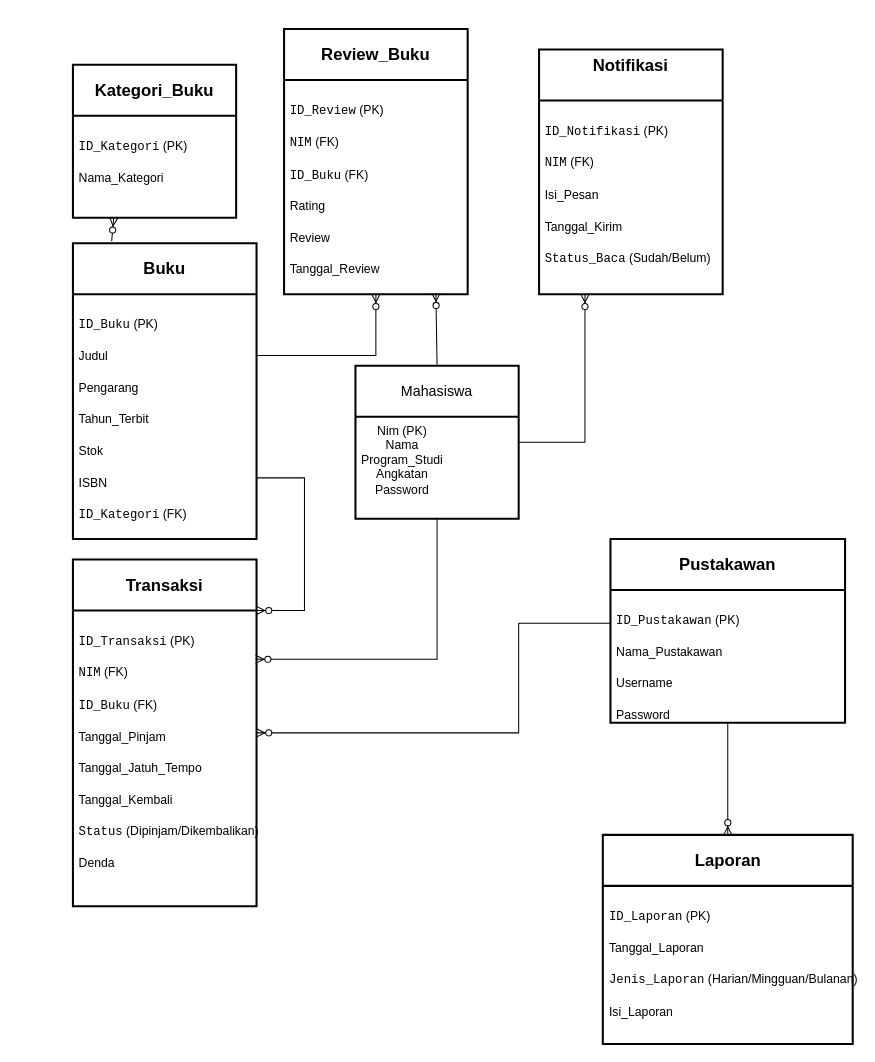
Above: Untitled Diagram.drawio in YayangSahidan/yayangsahidan (draw.io), before the change. Source tidied: cells renumbered, new cells numbered last; positions are measured from the earlier drawing's top-left corner, leaving out a move shared by most shapes. Both pictures are drawn from the tidied source at 102%, with x=0, y=0 at pixel (72, 29).
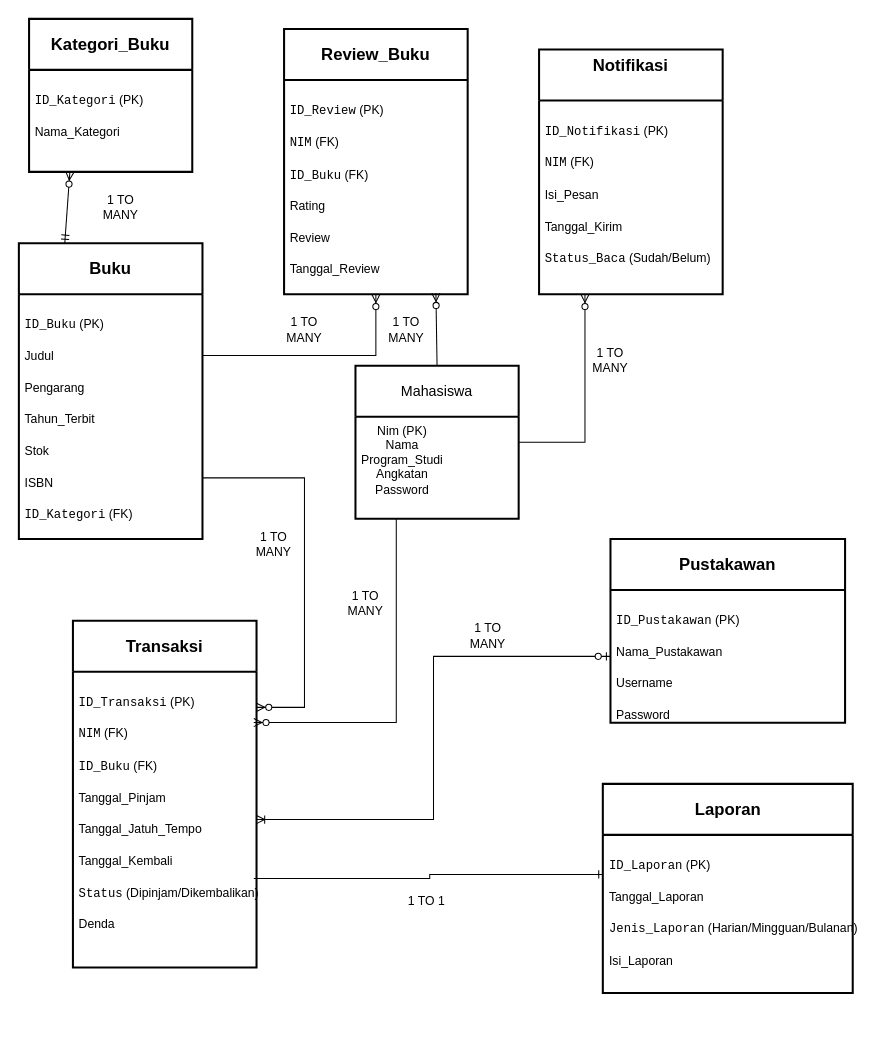
After the change.

Commit message:
TUGAS RPL ERD.drawio

The change refers to these unchanged cells:
```xml
<mxCell id="3" value="&lt;div style=&quot;text-align: center;&quot;&gt;&lt;span style=&quot;text-align: start;&quot;&gt;Nim (PK)&lt;/span&gt;&lt;/div&gt;&lt;div style=&quot;text-align: center;&quot;&gt;&lt;span style=&quot;text-align: start;&quot;&gt;Nama&lt;/span&gt;&lt;/div&gt;&lt;div style=&quot;text-align: center;&quot;&gt;&lt;span style=&quot;text-align: start;&quot;&gt;Program_Studi&lt;/span&gt;&lt;/div&gt;&lt;div style=&quot;text-align: center;&quot;&gt;&lt;span style=&quot;text-align: start;&quot;&gt;Angkatan&lt;/span&gt;&lt;/div&gt;&lt;div style=&quot;text-align: center;&quot;&gt;&lt;span style=&quot;text-align: start;&quot;&gt;Password&lt;/span&gt;&lt;/div&gt;" style="align=left;strokeColor=none;fillColor=none;spacingLeft=4;spacingRight=4;fontSize=12;verticalAlign=top;html=1;whiteSpace=wrap;" parent="2" vertex="1">
  <mxGeometry y="50" width="160" height="100" as="geometry" />
</mxCell>
<mxCell id="7" value="&lt;div style=&quot;text-align: center;&quot;&gt;&lt;h3 style=&quot;text-align: start;&quot; class=&quot;&quot;&gt;&lt;code style=&quot;font-size: 12px; font-weight: normal;&quot;&gt;ID_Transaksi&lt;/code&gt;&lt;span style=&quot;font-size: 12px; font-weight: normal;&quot;&gt;&amp;nbsp;(PK)&lt;/span&gt;&lt;br&gt;&lt;/h3&gt;&lt;h3 style=&quot;text-align: start;&quot; class=&quot;&quot;&gt;&lt;code style=&quot;font-size: 12px; font-weight: normal;&quot;&gt;NIM&lt;/code&gt;&lt;span style=&quot;font-size: 12px; font-weight: normal;&quot;&gt;&amp;nbsp;(FK)&lt;/span&gt;&lt;/h3&gt;&lt;h3 style=&quot;text-align: start;&quot; class=&quot;&quot;&gt;&lt;code style=&quot;font-size: 12px; font-weight: normal;&quot;&gt;ID_Buku&lt;/code&gt;&lt;span style=&quot;font-size: 12px; font-weight: normal;&quot;&gt;&amp;nbsp;(FK)&lt;/span&gt;&lt;/h3&gt;&lt;h3 style=&quot;text-align: start;&quot; class=&quot;&quot;&gt;&lt;span style=&quot;font-size: 12px; font-weight: normal;&quot;&gt;Tanggal_Pinjam&lt;/span&gt;&lt;/h3&gt;&lt;h3 style=&quot;text-align: start;&quot; class=&quot;&quot;&gt;&lt;span style=&quot;font-size: 12px; font-weight: normal;&quot;&gt;Tanggal_Jatuh_Tempo&lt;/span&gt;&lt;/h3&gt;&lt;h3 style=&quot;text-align: start;&quot; class=&quot;&quot;&gt;&lt;span style=&quot;font-size: 12px; font-weight: normal;&quot;&gt;Tanggal_Kembali&lt;/span&gt;&lt;/h3&gt;&lt;h3 style=&quot;text-align: start;&quot; class=&quot;&quot;&gt;&lt;code style=&quot;font-size: 12px; font-weight: normal;&quot;&gt;Status&lt;/code&gt;&lt;span style=&quot;font-size: 12px; font-weight: normal;&quot;&gt;&amp;nbsp;(Dipinjam/Dikembalikan)&lt;/span&gt;&lt;/h3&gt;&lt;h3 style=&quot;text-align: start;&quot; class=&quot;&quot;&gt;&lt;span style=&quot;font-size: 12px; font-weight: normal;&quot;&gt;Denda&lt;/span&gt;&lt;/h3&gt;&lt;/div&gt;" style="align=left;strokeColor=none;fillColor=none;spacingLeft=4;spacingRight=4;fontSize=12;verticalAlign=top;html=1;whiteSpace=wrap;" parent="6" vertex="1">
  <mxGeometry y="50" width="180" height="290" as="geometry" />
</mxCell>
<mxCell id="9" value="&lt;div style=&quot;text-align: center;&quot;&gt;&lt;h3 style=&quot;text-align: start;&quot; class=&quot;&quot;&gt;&lt;code style=&quot;font-size: 12px; font-weight: normal;&quot;&gt;ID_Kategori&lt;/code&gt;&lt;span style=&quot;font-size: 12px; font-weight: normal;&quot;&gt;&amp;nbsp;(PK)&lt;/span&gt;&lt;br&gt;&lt;/h3&gt;&lt;h3 style=&quot;text-align: start;&quot; class=&quot;&quot;&gt;&lt;span style=&quot;font-size: 12px; font-weight: normal;&quot;&gt;Nama_Kategori&lt;/span&gt;&lt;/h3&gt;&lt;/div&gt;" style="align=left;strokeColor=none;fillColor=none;spacingLeft=4;spacingRight=4;fontSize=12;verticalAlign=top;html=1;whiteSpace=wrap;" parent="8" vertex="1">
  <mxGeometry y="50" width="160" height="100" as="geometry" />
</mxCell>
<mxCell id="13" value="&lt;div style=&quot;text-align: center;&quot;&gt;&lt;h3 style=&quot;text-align: start;&quot; class=&quot;&quot;&gt;&lt;code style=&quot;font-size: 12px; font-weight: normal;&quot;&gt;ID_Buku&lt;/code&gt;&lt;span style=&quot;font-size: 12px; font-weight: normal;&quot;&gt;&amp;nbsp;&lt;/span&gt;&lt;span style=&quot;font-size: 12px; font-weight: normal;&quot;&gt;(PK)&lt;/span&gt;&lt;/h3&gt;&lt;h3 style=&quot;text-align: start;&quot; class=&quot;&quot;&gt;&lt;span style=&quot;font-size: 12px; font-weight: normal;&quot;&gt;Judul&lt;/span&gt;&lt;/h3&gt;&lt;h3 style=&quot;text-align: start;&quot; class=&quot;&quot;&gt;&lt;span style=&quot;font-size: 12px; font-weight: normal;&quot;&gt;Pengarang&lt;/span&gt;&lt;/h3&gt;&lt;h3 style=&quot;text-align: start;&quot; class=&quot;&quot;&gt;&lt;span style=&quot;font-size: 12px; font-weight: normal;&quot;&gt;Tahun_Terbit&lt;/span&gt;&lt;/h3&gt;&lt;h3 style=&quot;text-align: start;&quot; class=&quot;&quot;&gt;&lt;span style=&quot;font-size: 12px; font-weight: normal;&quot;&gt;Stok&lt;/span&gt;&lt;/h3&gt;&lt;h3 style=&quot;text-align: start;&quot; class=&quot;&quot;&gt;&lt;span style=&quot;font-size: 12px; font-weight: normal;&quot;&gt;ISBN&lt;/span&gt;&lt;/h3&gt;&lt;h3 style=&quot;text-align: start;&quot; class=&quot;&quot;&gt;&lt;code style=&quot;font-size: 12px; font-weight: normal;&quot;&gt;ID_Kategori&lt;/code&gt;&lt;span style=&quot;font-size: 12px; font-weight: normal;&quot;&gt;&amp;nbsp;(FK)&lt;/span&gt;&lt;/h3&gt;&lt;/div&gt;" style="align=left;strokeColor=none;fillColor=none;spacingLeft=4;spacingRight=4;fontSize=12;verticalAlign=top;html=1;whiteSpace=wrap;" parent="12" vertex="1">
  <mxGeometry y="50" width="180" height="240" as="geometry" />
</mxCell>
<mxCell id="15" value="&lt;div style=&quot;text-align: center;&quot;&gt;&lt;h3 style=&quot;text-align: start;&quot; class=&quot;&quot;&gt;&lt;code style=&quot;font-size: 12px; font-weight: normal;&quot;&gt;ID_Pustakawan&lt;/code&gt;&lt;span style=&quot;font-size: 12px; font-weight: normal;&quot;&gt;&amp;nbsp;(PK)&lt;/span&gt;&lt;br&gt;&lt;/h3&gt;&lt;h3 style=&quot;text-align: start;&quot; class=&quot;&quot;&gt;&lt;span style=&quot;font-size: 12px; font-weight: normal;&quot;&gt;Nama_Pustakawan&lt;/span&gt;&lt;/h3&gt;&lt;h3 style=&quot;text-align: start;&quot; class=&quot;&quot;&gt;&lt;span style=&quot;font-size: 12px; font-weight: normal;&quot;&gt;Username&lt;/span&gt;&lt;/h3&gt;&lt;h3 style=&quot;text-align: start;&quot; class=&quot;&quot;&gt;&lt;span style=&quot;font-size: 12px; font-weight: normal;&quot;&gt;Password&lt;/span&gt;&lt;/h3&gt;&lt;/div&gt;" style="align=left;strokeColor=none;fillColor=none;spacingLeft=4;spacingRight=4;fontSize=12;verticalAlign=top;html=1;whiteSpace=wrap;" parent="14" vertex="1">
  <mxGeometry y="50" width="230" height="130" as="geometry" />
</mxCell>
<mxCell id="17" value="&lt;div style=&quot;text-align: center;&quot;&gt;&lt;h3 style=&quot;text-align: start;&quot; class=&quot;&quot;&gt;&lt;code style=&quot;font-weight: 400; font-size: 12px;&quot;&gt;ID_Laporan&lt;/code&gt;&lt;span style=&quot;font-weight: 400; font-size: 12px;&quot;&gt;&amp;nbsp;&lt;/span&gt;&lt;span style=&quot;font-weight: 400; font-size: 12px;&quot;&gt;(PK)&lt;/span&gt;&lt;br&gt;&lt;/h3&gt;&lt;h3 style=&quot;text-align: start;&quot; class=&quot;&quot;&gt;&lt;span style=&quot;font-weight: 400; font-size: 12px;&quot;&gt;Tanggal_Laporan&lt;/span&gt;&lt;/h3&gt;&lt;h3 style=&quot;text-align: start;&quot; class=&quot;&quot;&gt;&lt;code style=&quot;font-weight: 400; font-size: 12px;&quot;&gt;Jenis_Laporan&lt;/code&gt;&lt;span style=&quot;font-weight: 400; font-size: 12px;&quot;&gt;&amp;nbsp;&lt;/span&gt;&lt;span style=&quot;font-weight: 400; font-size: 12px;&quot;&gt;(Harian/Mingguan/Bulanan)&lt;/span&gt;&lt;/h3&gt;&lt;h3 style=&quot;text-align: start;&quot; class=&quot;&quot;&gt;&lt;span style=&quot;font-weight: 400; font-size: 12px;&quot;&gt;Isi_Laporan&lt;/span&gt;&lt;/h3&gt;&lt;/div&gt;" style="align=left;strokeColor=none;fillColor=none;spacingLeft=4;spacingRight=4;fontSize=12;verticalAlign=top;html=1;whiteSpace=wrap;" parent="16" vertex="1">
  <mxGeometry y="50" width="245" height="155" as="geometry" />
</mxCell>
```

What changed in the source:
```diff
@@
     <mxCell id="6" value="&lt;h3 style=&quot;text-align: start;&quot; class=&quot;&quot;&gt;&lt;strong&gt;Transaksi&lt;/strong&gt;&lt;/h3&gt;" style="swimlane;horizontal=1;startSize=50;rounded=1;fontSize=14;fontStyle=0;strokeWidth=2;shadow=0;dashed=0;align=center;arcSize=0;whiteSpace=wrap;html=1;" parent="1" vertex="1">
-      <mxGeometry y="520" width="180" height="340" as="geometry" />
+      <mxGeometry y="580" width="180" height="340" as="geometry" />
     </mxCell>
@@
     <mxCell id="8" value="&lt;h3 style=&quot;text-align: start;&quot; class=&quot;&quot;&gt;&lt;strong&gt;Kategori_Buku&lt;/strong&gt;&lt;/h3&gt;" style="swimlane;horizontal=1;startSize=50;rounded=1;fontSize=14;fontStyle=0;strokeWidth=2;shadow=0;dashed=0;align=center;arcSize=0;whiteSpace=wrap;html=1;" parent="1" vertex="1">
-      <mxGeometry y="35" width="160" height="150" as="geometry" />
+      <mxGeometry x="-43" y="-10" width="160" height="150" as="geometry" />
     </mxCell>
@@
     <mxCell id="12" value="&lt;h3 style=&quot;text-align: start;&quot; class=&quot;&quot;&gt;&lt;strong&gt;Buku&lt;/strong&gt;&lt;/h3&gt;" style="swimlane;horizontal=1;startSize=50;rounded=1;fontSize=14;fontStyle=0;strokeWidth=2;shadow=0;dashed=0;align=center;arcSize=0;whiteSpace=wrap;html=1;" parent="1" vertex="1">
-      <mxGeometry y="210" width="180" height="290" as="geometry" />
+      <mxGeometry x="-53" y="210" width="180" height="290" as="geometry" />
     </mxCell>
@@
     <mxCell id="16" value="&lt;h3 style=&quot;text-align: start;&quot; class=&quot;&quot;&gt;&lt;strong&gt;Laporan&lt;/strong&gt;&lt;/h3&gt;" style="swimlane;horizontal=1;startSize=50;rounded=1;fontSize=14;fontStyle=0;strokeWidth=2;shadow=0;dashed=0;align=center;arcSize=0;whiteSpace=wrap;html=1;" parent="1" vertex="1">
-      <mxGeometry x="519.5" y="790" width="245" height="205" as="geometry" />
+      <mxGeometry x="519.5" y="740" width="245" height="205" as="geometry" />
     </mxCell>
@@
-    <mxCell id="18" style="edgeStyle=orthogonalEdgeStyle;fontSize=12;html=1;endArrow=ERzeroToMany;endFill=1;rounded=0;entryX=0.995;entryY=0.165;entryDx=0;entryDy=0;entryPerimeter=0;exitX=0.5;exitY=1;exitDx=0;exitDy=0;" parent="1" edge="1" source="3" target="7">
-      <mxGeometry relative="1" as="geometry" />
+    <mxCell id="18" style="edgeStyle=orthogonalEdgeStyle;fontSize=12;html=1;endArrow=ERzeroToMany;endFill=1;rounded=0;exitX=0.25;exitY=1;exitDx=0;exitDy=0;entryX=0.985;entryY=0.172;entryDx=0;entryDy=0;entryPerimeter=0;" parent="1" edge="1" source="3" target="7">
+      <mxGeometry relative="1" as="geometry">
+        <Array as="points">
+          <mxPoint x="317" y="680" />
+        </Array>
+      </mxGeometry>
     </mxCell>
-    <mxCell id="19" style="fontSize=12;html=1;endArrow=ERzeroToMany;endFill=1;rounded=0;entryX=0.25;entryY=1;entryDx=0;entryDy=0;exitX=0.211;exitY=-0.007;exitDx=0;exitDy=0;exitPerimeter=0;" parent="1" edge="1" source="12" target="8">
-      <mxGeometry relative="1" as="geometry" />
-    </mxCell>
@@
-    <mxCell id="23" style="edgeStyle=orthogonalEdgeStyle;fontSize=12;html=1;endArrow=ERzeroToMany;endFill=1;rounded=0;entryX=1;entryY=0;entryDx=0;entryDy=0;exitX=1;exitY=0.75;exitDx=0;exitDy=0;" parent="1" edge="1" source="13" target="7">
-      <mxGeometry relative="1" as="geometry">
-        <Array as="points">
-          <mxPoint x="227" y="440" />
-          <mxPoint x="227" y="570" />
-        </Array>
-      </mxGeometry>
-    </mxCell>
-    <mxCell id="24" style="fontSize=12;html=1;endArrow=ERzeroToMany;endFill=1;rounded=0;exitX=0.5;exitY=1;exitDx=0;exitDy=0;entryX=0.5;entryY=0;entryDx=0;entryDy=0;" parent="1" edge="1" source="15" target="16">
-      <mxGeometry relative="1" as="geometry" />
-    </mxCell>
-    <mxCell id="25" style="fontSize=12;html=1;endArrow=ERzeroToMany;endFill=1;rounded=0;exitX=0;exitY=0.25;exitDx=0;exitDy=0;entryX=1;entryY=0.5;entryDx=0;entryDy=0;edgeStyle=orthogonalEdgeStyle;" parent="1" edge="1" source="15" target="6">
-      <mxGeometry relative="1" as="geometry">
-        <Array as="points">
-          <mxPoint x="437" y="583" />
-          <mxPoint x="437" y="690" />
-        </Array>
-      </mxGeometry>
-    </mxCell>
+    <mxCell id="26" style="fontSize=12;html=1;endArrow=ERoneToMany;startArrow=ERzeroToOne;rounded=0;entryX=1;entryY=0.5;entryDx=0;entryDy=0;exitX=0;exitY=0.5;exitDx=0;exitDy=0;edgeStyle=orthogonalEdgeStyle;" parent="1" edge="1" source="15" target="7">
+      <mxGeometry relative="1" as="geometry" />
+    </mxCell>
+    <mxCell id="27" style="fontSize=12;html=1;endArrow=ERzeroToMany;startArrow=ERmandOne;rounded=0;exitX=0.25;exitY=0;exitDx=0;exitDy=0;entryX=0.25;entryY=1;entryDx=0;entryDy=0;" parent="1" edge="1" source="12" target="9">
+      <mxGeometry relative="1" as="geometry" />
+    </mxCell>
+    <mxCell id="28" style="edgeStyle=orthogonalEdgeStyle;fontSize=12;html=1;endArrow=ERzeroToMany;endFill=1;rounded=0;entryX=1;entryY=0.25;entryDx=0;entryDy=0;exitX=1;exitY=0.75;exitDx=0;exitDy=0;" parent="1" edge="1" source="13" target="6">
+      <mxGeometry relative="1" as="geometry">
+        <Array as="points">
+          <mxPoint x="227" y="440" />
+          <mxPoint x="227" y="665" />
+        </Array>
+      </mxGeometry>
+    </mxCell>
+    <mxCell id="29" style="edgeStyle=orthogonalEdgeStyle;fontSize=12;html=1;endArrow=ERone;endFill=1;rounded=0;exitX=0.985;exitY=0.699;exitDx=0;exitDy=0;exitPerimeter=0;entryX=0;entryY=0.25;entryDx=0;entryDy=0;" parent="1" edge="1" source="7" target="17">
+      <mxGeometry relative="1" as="geometry" />
+    </mxCell>
+    <mxCell id="30" value="1 TO MANY" style="text;strokeColor=none;align=center;fillColor=none;html=1;verticalAlign=middle;whiteSpace=wrap;rounded=0;" parent="1" vertex="1">
+      <mxGeometry x="17" y="160" width="60" height="30" as="geometry" />
+    </mxCell>
+    <mxCell id="31" value="1 TO MANY" style="text;strokeColor=none;align=center;fillColor=none;html=1;verticalAlign=middle;whiteSpace=wrap;rounded=0;" parent="1" vertex="1">
+      <mxGeometry x="377" y="580" width="60" height="30" as="geometry" />
+    </mxCell>
+    <mxCell id="32" value="1 TO MANY" style="text;strokeColor=none;align=center;fillColor=none;html=1;verticalAlign=middle;whiteSpace=wrap;rounded=0;" parent="1" vertex="1">
+      <mxGeometry x="167" y="490" width="60" height="30" as="geometry" />
+    </mxCell>
+    <mxCell id="33" value="1 TO MANY" style="text;strokeColor=none;align=center;fillColor=none;html=1;verticalAlign=middle;whiteSpace=wrap;rounded=0;" parent="1" vertex="1">
+      <mxGeometry x="257" y="548" width="60" height="30" as="geometry" />
+    </mxCell>
+    <mxCell id="34" value="1 TO 1" style="text;strokeColor=none;align=center;fillColor=none;html=1;verticalAlign=middle;whiteSpace=wrap;rounded=0;" parent="1" vertex="1">
+      <mxGeometry x="317" y="840" width="60" height="30" as="geometry" />
+    </mxCell>
+    <mxCell id="35" value="1 TO MANY" style="text;strokeColor=none;align=center;fillColor=none;html=1;verticalAlign=middle;whiteSpace=wrap;rounded=0;" parent="1" vertex="1">
+      <mxGeometry x="497" y="310" width="60" height="30" as="geometry" />
+    </mxCell>
+    <mxCell id="36" value="1 TO MANY" style="text;strokeColor=none;align=center;fillColor=none;html=1;verticalAlign=middle;whiteSpace=wrap;rounded=0;" parent="1" vertex="1">
+      <mxGeometry x="297" y="280" width="60" height="30" as="geometry" />
+    </mxCell>
+    <mxCell id="37" value="1 TO MANY" style="text;strokeColor=none;align=center;fillColor=none;html=1;verticalAlign=middle;whiteSpace=wrap;rounded=0;" parent="1" vertex="1">
+      <mxGeometry x="197" y="280" width="60" height="30" as="geometry" />
+    </mxCell>
```
